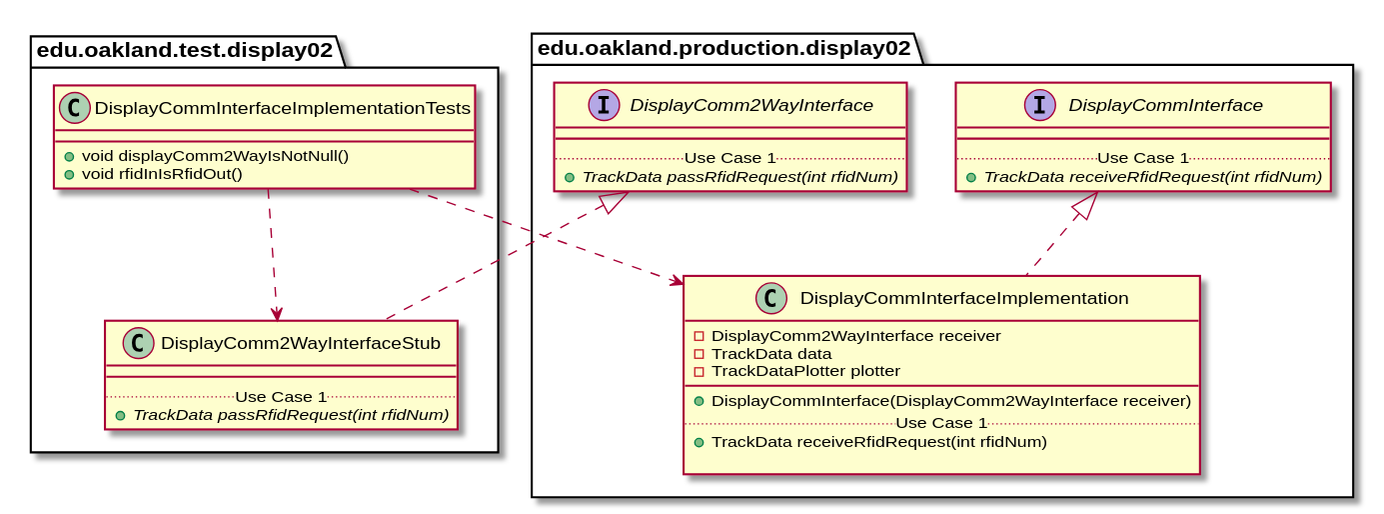
The PlantUML diagram docs/uml-class-diagrams/display02/test/DisplayCommInterfaceImplementationTests/DisplayCommInterfaceImplementationTests_Closure.svg in andrewdimmer/csi-3370-software-project, before a commit. Its diagram source:
```plantuml
@startuml DisplayCommInterfaceImplementationTests_Closure


package edu.oakland.test.display02 {
    class DisplayCommInterfaceImplementationTests {
        + void displayComm2WayIsNotNull()
        + void rfidInIsRfidOut()

    }
}




package edu.oakland.test.display02 {
    class DisplayComm2WayInterfaceStub {
        __
        .. Use Case 1 ..
        {abstract} + TrackData passRfidRequest(int rfidNum)
    }
}




package edu.oakland.production.display02 {
    interface DisplayComm2WayInterface {
        __
        .. Use Case 1 ..
        {abstract} + TrackData passRfidRequest(int rfidNum)
    }
}






DisplayComm2WayInterfaceStub .up.|> DisplayComm2WayInterface



DisplayCommInterfaceImplementationTests ..> DisplayComm2WayInterfaceStub



package edu.oakland.production.display02 {
    class DisplayCommInterfaceImplementation {
        - DisplayComm2WayInterface receiver
        - TrackData data
        - TrackDataPlotter plotter
        __
        + DisplayCommInterface(DisplayComm2WayInterface receiver)
        .. Use Case 1 ..
        + TrackData receiveRfidRequest(int rfidNum)

    }
}




package edu.oakland.production.display02 {
    interface DisplayCommInterface {
        __
        .. Use Case 1 ..
        {abstract} + TrackData receiveRfidRequest(int rfidNum)
    }
}






DisplayCommInterfaceImplementation .up.|> DisplayCommInterface





DisplayCommInterfaceImplementationTests ..> DisplayCommInterfaceImplementation



@enduml
```
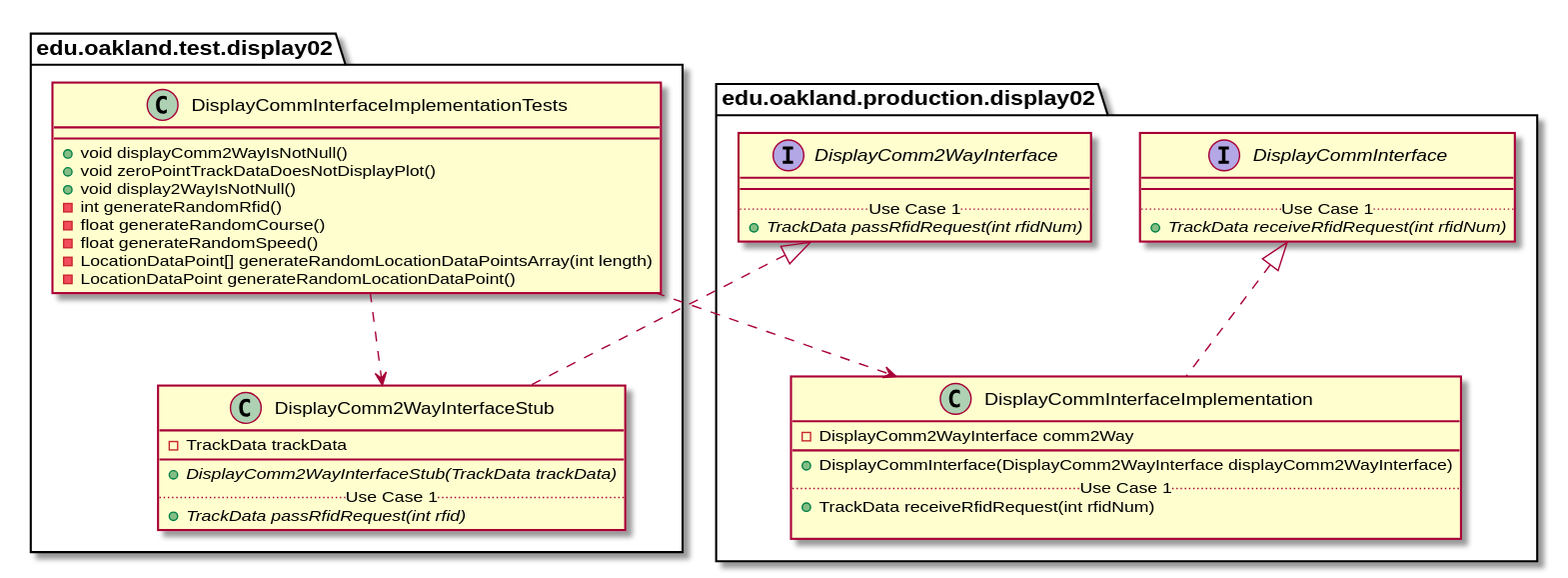
Later version of the same file.

Diff of the diagram source:
```diff
@@ -4,8 +4,13 @@
 package edu.oakland.test.display02 {
     class DisplayCommInterfaceImplementationTests {
         + void displayComm2WayIsNotNull()
-        + void rfidInIsRfidOut()
-
+        + void zeroPointTrackDataDoesNotDisplayPlot()
+        + void display2WayIsNotNull()
+        - int generateRandomRfid()
+        - float generateRandomCourse()
+        - float generateRandomSpeed()
+        - LocationDataPoint[] generateRandomLocationDataPointsArray(int length)
+        - LocationDataPoint generateRandomLocationDataPoint()
     }
 }
 
@@ -14,9 +19,11 @@
 
 package edu.oakland.test.display02 {
     class DisplayComm2WayInterfaceStub {
+        - TrackData trackData
         __
+        {abstract} + DisplayComm2WayInterfaceStub(TrackData trackData)
         .. Use Case 1 ..
-        {abstract} + TrackData passRfidRequest(int rfidNum)
+        {abstract} + TrackData passRfidRequest(int rfid)
     }
 }
 
@@ -46,11 +53,9 @@
 
 package edu.oakland.production.display02 {
     class DisplayCommInterfaceImplementation {
-        - DisplayComm2WayInterface receiver
-        - TrackData data
-        - TrackDataPlotter plotter
+        - DisplayComm2WayInterface comm2Way
         __
-        + DisplayCommInterface(DisplayComm2WayInterface receiver)
+        + DisplayCommInterface(DisplayComm2WayInterface displayComm2WayInterface)
         .. Use Case 1 ..
         + TrackData receiveRfidRequest(int rfidNum)
 
```
